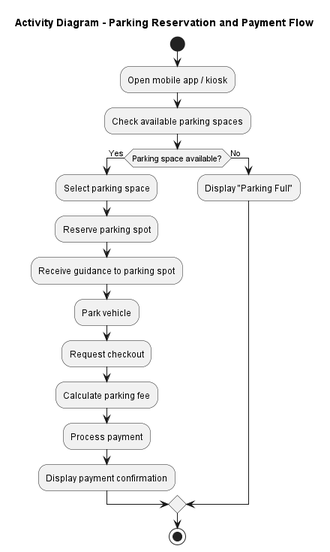
Before: docs/images/activity_diagram.png, a diagram exported from PlantUML (mar20210937/software-engineering). The source it was exported from:
```plantuml
@startuml activity
title Activity Diagram - Parking Reservation and Payment Flow

start

:Open mobile app / kiosk;
:Check available parking spaces;

if (Parking space available?) then (Yes)
  :Select parking space;
  :Reserve parking spot;
  :Receive guidance to parking spot;
  :Park vehicle;
  :Request checkout;
  :Calculate parking fee;
  :Process payment;
  :Display payment confirmation;
else (No)
  :Display "Parking Full";
endif

stop
@enduml
```
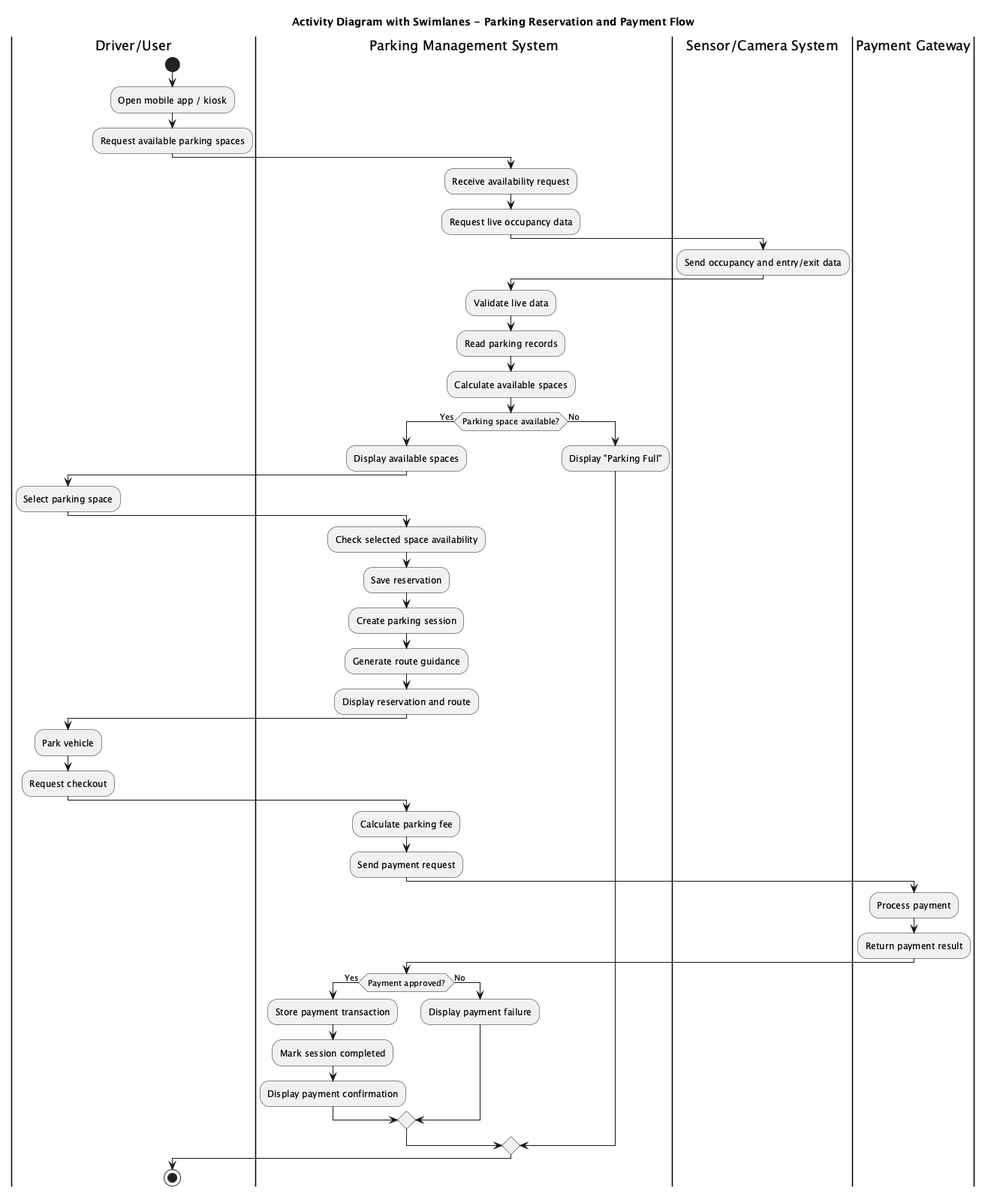
Later version of the same file.

Change to the diagram source:
```diff
@@ -1,23 +1,61 @@
-@startuml activity
-title Activity Diagram - Parking Reservation and Payment Flow
+@startuml activity_diagram
+!pragma layout smetana
+title Activity Diagram with Swimlanes - Parking Reservation and Payment Flow
 
+|Driver/User|
 start
+:Open mobile app / kiosk;
+:Request available parking spaces;
 
-:Open mobile app / kiosk;
-:Check available parking spaces;
+|Parking Management System|
+:Receive availability request;
+:Request live occupancy data;
+
+|Sensor/Camera System|
+:Send occupancy and entry/exit data;
+
+|Parking Management System|
+:Validate live data;
+:Read parking records;
+:Calculate available spaces;
 
 if (Parking space available?) then (Yes)
+  :Display available spaces;
+
+  |Driver/User|
   :Select parking space;
-  :Reserve parking spot;
-  :Receive guidance to parking spot;
+
+  |Parking Management System|
+  :Check selected space availability;
+  :Save reservation;
+  :Create parking session;
+  :Generate route guidance;
+  :Display reservation and route;
+
+  |Driver/User|
   :Park vehicle;
   :Request checkout;
+
+  |Parking Management System|
   :Calculate parking fee;
+  :Send payment request;
+
+  |Payment Gateway|
   :Process payment;
-  :Display payment confirmation;
+  :Return payment result;
+
+  |Parking Management System|
+  if (Payment approved?) then (Yes)
+    :Store payment transaction;
+    :Mark session completed;
+    :Display payment confirmation;
+  else (No)
+    :Display payment failure;
+  endif
 else (No)
   :Display "Parking Full";
 endif
 
+|Driver/User|
 stop
 @enduml
```
